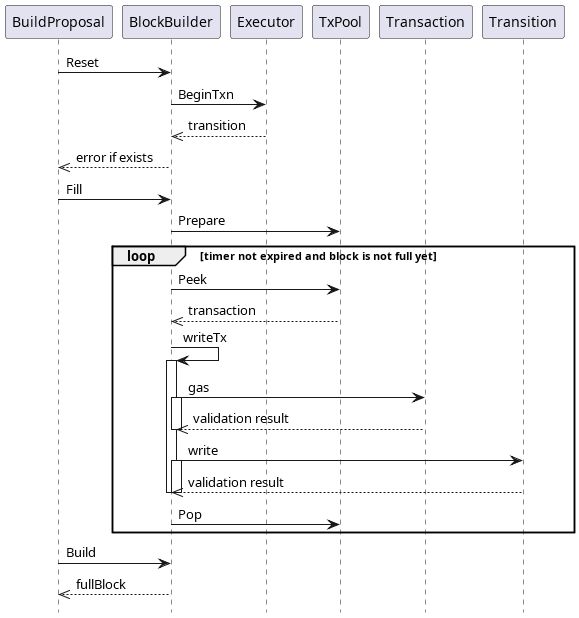
The PlantUML diagram gitbook/.gitbook/assets/polybft_block_creation_sequence.png in Ethernal-Tech/blade-legacy, before a commit. Its diagram source:
```plantuml
@startuml
hide footbox

BuildProposal -> BlockBuilder: Reset
BlockBuilder -> Executor: BeginTxn
BlockBuilder <<-- Executor: transition
BuildProposal <<-- BlockBuilder: error if exists
BuildProposal -> BlockBuilder: Fill
BlockBuilder -> TxPool: Prepare



    loop timer not expired and block is not full yet
        BlockBuilder -> TxPool: Peek
        BlockBuilder <<-- TxPool: transaction

        BlockBuilder -> BlockBuilder: writeTx
        activate BlockBuilder
        BlockBuilder -> Transaction: gas
        activate BlockBuilder
        BlockBuilder <<-- Transaction: validation result
        deactivate BlockBuilder
        BlockBuilder -> Transition: write
        activate BlockBuilder
        BlockBuilder <<-- Transition: validation result
        deactivate BlockBuilder
        deactivate BlockBuilder

        BlockBuilder -> TxPool: Pop


    end
BuildProposal -> BlockBuilder: Build
BuildProposal <<-- BlockBuilder: fullBlock

@enduml
```
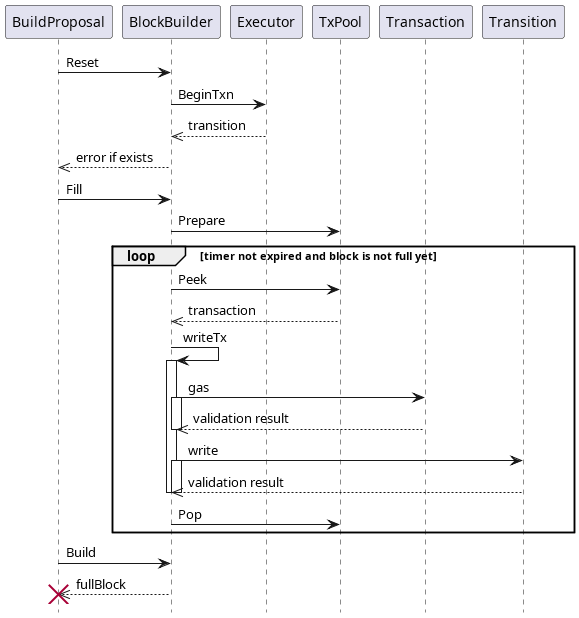
The same diagram one commit later.

Change to the diagram source:
```diff
@@ -32,5 +32,6 @@
     end
 BuildProposal -> BlockBuilder: Build
 BuildProposal <<-- BlockBuilder: fullBlock
+destroy BuildProposal
 
 @enduml
```
